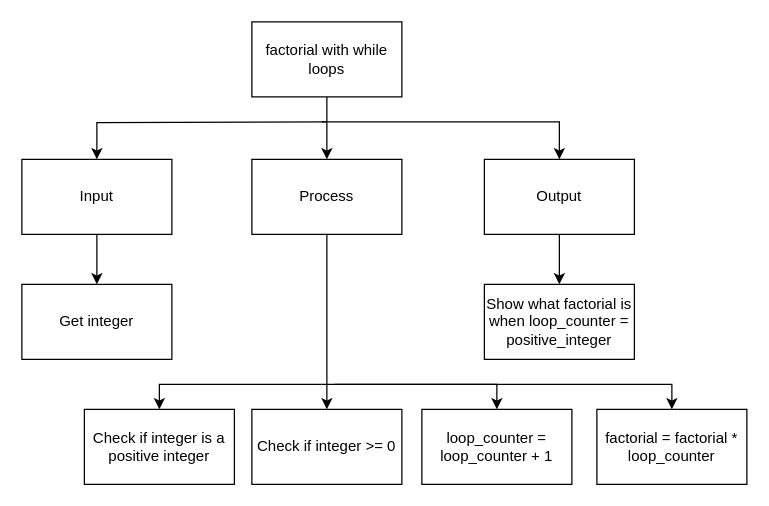
Before: design/top_down.drawio in Emmanuel-Fofeyin/ICS3U-Unit4-04-Python, a draw.io diagram. Source tidied: cells renumbered, new cells numbered last; positions are measured from the earlier drawing's top-left corner, leaving out a move shared by most shapes. Both pictures are drawn from the tidied source at 125%, with x=0, y=0 at pixel (21, 21).
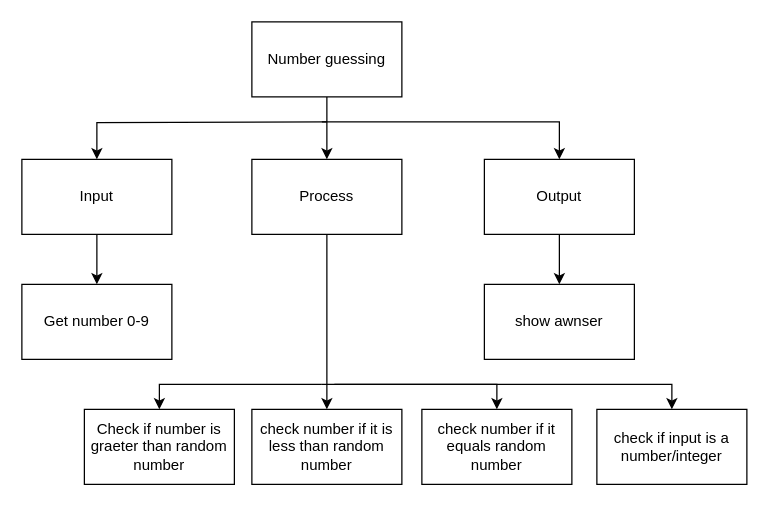
The same diagram, later.

The edit, as a diff of the source:
```diff
@@
-    <mxCell id="3" value="factorial with while loops" style="rounded=0;whiteSpace=wrap;html=1;" parent="1" vertex="1">
+    <mxCell id="3" value="Number guessing" style="rounded=0;whiteSpace=wrap;html=1;" parent="1" vertex="1">
       <mxGeometry x="184" width="120" height="60" as="geometry" />
     </mxCell>
@@
-    <mxCell id="12" value="Get integer" style="rounded=0;whiteSpace=wrap;html=1;" parent="1" vertex="1">
+    <mxCell id="12" value="Get number 0-9" style="rounded=0;whiteSpace=wrap;html=1;" parent="1" vertex="1">
       <mxGeometry y="210" width="120" height="60" as="geometry" />
     </mxCell>
-    <mxCell id="13" value="Check if integer &amp;gt;= 0" style="rounded=0;whiteSpace=wrap;html=1;" parent="1" vertex="1">
+    <mxCell id="13" value="check number if it is less than random number" style="rounded=0;whiteSpace=wrap;html=1;" parent="1" vertex="1">
       <mxGeometry x="184" y="310" width="120" height="60" as="geometry" />
     </mxCell>
-    <mxCell id="14" value="Show what factorial is when loop_counter = positive_integer" style="rounded=0;whiteSpace=wrap;html=1;" parent="1" vertex="1">
+    <mxCell id="14" value="show awnser" style="rounded=0;whiteSpace=wrap;html=1;" parent="1" vertex="1">
       <mxGeometry x="370" y="210" width="120" height="60" as="geometry" />
     </mxCell>
@@
-    <mxCell id="17" value="loop_counter = loop_counter + 1" style="rounded=0;whiteSpace=wrap;html=1;" parent="1" vertex="1">
+    <mxCell id="17" value="check number if it equals random number" style="rounded=0;whiteSpace=wrap;html=1;" parent="1" vertex="1">
       <mxGeometry x="320" y="310" width="120" height="60" as="geometry" />
     </mxCell>
@@
-    <mxCell id="19" value="factorial = factorial * loop_counter" style="rounded=0;whiteSpace=wrap;html=1;" parent="1" vertex="1">
+    <mxCell id="19" value="check if input is a number/integer" style="rounded=0;whiteSpace=wrap;html=1;" parent="1" vertex="1">
       <mxGeometry x="460" y="310" width="120" height="60" as="geometry" />
     </mxCell>
-    <mxCell id="20" value="Check if integer is a positive integer" style="rounded=0;whiteSpace=wrap;html=1;" parent="1" vertex="1">
+    <mxCell id="20" value="Check if number is graeter than random number" style="rounded=0;whiteSpace=wrap;html=1;" parent="1" vertex="1">
       <mxGeometry x="50" y="310" width="120" height="60" as="geometry" />
     </mxCell>
```
